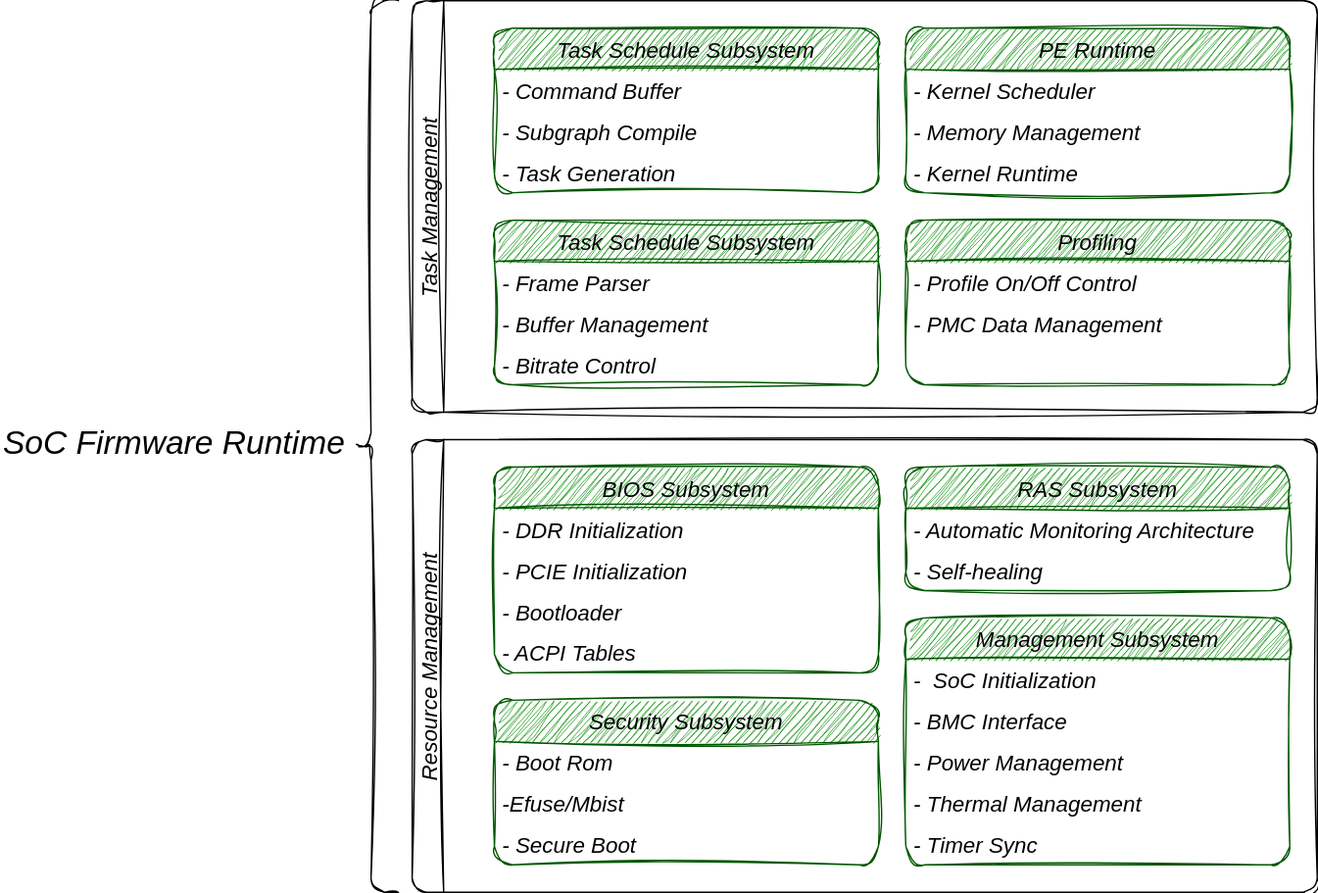
Earlier version of the draw.io export doc/com_soc_firmware.drawio.svg (matchdiy/memo). Source tidied: cells renumbered, new cells last; positions are measured from the earlier drawing's top-left corner, leaving out a move shared by most shapes. The source it was exported from:
```xml
<mxGraphModel>
  <root>
    <mxCell id="0" />
    <mxCell id="1" parent="0" />
    <mxCell id="2" value="Task Schedule Subsystem" style="swimlane;fontStyle=2;horizontal=1;startSize=30;sketch=1;curveFitting=1;jiggle=2;fillColor=#008a00;fontColor=default;strokeColor=#005700;rounded=1;fontSize=16;labelBackgroundColor=none;" parent="1" vertex="1">
      <mxGeometry x="360" y="20" width="280" height="120" as="geometry" />
    </mxCell>
    <mxCell id="3" value="- Command Buffer" style="text;strokeColor=none;fillColor=none;align=left;verticalAlign=middle;spacingLeft=4;spacingRight=4;overflow=hidden;fontStyle=2;fontColor=default;labelBackgroundColor=none;fontSize=16;sketch=1;curveFitting=1;jiggle=2;" parent="2" vertex="1">
      <mxGeometry y="30" width="280" height="30" as="geometry" />
    </mxCell>
    <mxCell id="4" value="- Subgraph Compile" style="text;strokeColor=none;fillColor=none;align=left;verticalAlign=middle;spacingLeft=4;spacingRight=4;overflow=hidden;fontStyle=2;fontColor=default;labelBackgroundColor=none;fontSize=16;sketch=1;curveFitting=1;jiggle=2;" parent="2" vertex="1">
      <mxGeometry y="60" width="280" height="30" as="geometry" />
    </mxCell>
    <mxCell id="5" value="- Task Generation" style="text;strokeColor=none;fillColor=none;align=left;verticalAlign=middle;spacingLeft=4;spacingRight=4;overflow=hidden;fontStyle=2;fontColor=default;labelBackgroundColor=none;fontSize=16;sketch=1;curveFitting=1;jiggle=2;" parent="2" vertex="1">
      <mxGeometry y="90" width="280" height="30" as="geometry" />
    </mxCell>
    <mxCell id="6" value="Task Schedule Subsystem" style="swimlane;fontStyle=2;horizontal=1;startSize=30;sketch=1;curveFitting=1;jiggle=2;fillColor=#008a00;fontColor=default;strokeColor=#005700;rounded=1;fontSize=16;labelBackgroundColor=none;" parent="1" vertex="1">
      <mxGeometry x="360" y="160" width="280" height="120" as="geometry" />
    </mxCell>
    <mxCell id="7" value="- Frame Parser" style="text;strokeColor=none;fillColor=none;align=left;verticalAlign=middle;spacingLeft=4;spacingRight=4;overflow=hidden;fontStyle=2;fontColor=default;labelBackgroundColor=none;fontSize=16;sketch=1;curveFitting=1;jiggle=2;" parent="6" vertex="1">
      <mxGeometry y="30" width="280" height="30" as="geometry" />
    </mxCell>
    <mxCell id="8" value="- Buffer Management" style="text;strokeColor=none;fillColor=none;align=left;verticalAlign=middle;spacingLeft=4;spacingRight=4;overflow=hidden;fontStyle=2;fontColor=default;labelBackgroundColor=none;fontSize=16;sketch=1;curveFitting=1;jiggle=2;" parent="6" vertex="1">
      <mxGeometry y="60" width="280" height="30" as="geometry" />
    </mxCell>
    <mxCell id="9" value="- Bitrate Control" style="text;strokeColor=none;fillColor=none;align=left;verticalAlign=middle;spacingLeft=4;spacingRight=4;overflow=hidden;fontStyle=2;fontColor=default;labelBackgroundColor=none;fontSize=16;sketch=1;curveFitting=1;jiggle=2;" parent="6" vertex="1">
      <mxGeometry y="90" width="280" height="30" as="geometry" />
    </mxCell>
    <mxCell id="10" value="PE Runtime" style="swimlane;fontStyle=2;horizontal=1;startSize=30;sketch=1;curveFitting=1;jiggle=2;fillColor=#008a00;fontColor=default;strokeColor=#005700;rounded=1;fontSize=16;labelBackgroundColor=none;" parent="1" vertex="1">
      <mxGeometry x="660" y="20" width="280" height="120" as="geometry" />
    </mxCell>
    <mxCell id="11" value="- Kernel Scheduler" style="text;strokeColor=none;fillColor=none;align=left;verticalAlign=middle;spacingLeft=4;spacingRight=4;overflow=hidden;fontStyle=2;fontColor=default;labelBackgroundColor=none;fontSize=16;sketch=1;curveFitting=1;jiggle=2;" parent="10" vertex="1">
      <mxGeometry y="30" width="280" height="30" as="geometry" />
    </mxCell>
    <mxCell id="12" value="- Memory Management" style="text;strokeColor=none;fillColor=none;align=left;verticalAlign=middle;spacingLeft=4;spacingRight=4;overflow=hidden;fontStyle=2;fontColor=default;labelBackgroundColor=none;fontSize=16;sketch=1;curveFitting=1;jiggle=2;" parent="10" vertex="1">
      <mxGeometry y="60" width="280" height="30" as="geometry" />
    </mxCell>
    <mxCell id="13" value="- Kernel Runtime" style="text;strokeColor=none;fillColor=none;align=left;verticalAlign=middle;spacingLeft=4;spacingRight=4;overflow=hidden;fontStyle=2;fontColor=default;labelBackgroundColor=none;fontSize=16;sketch=1;curveFitting=1;jiggle=2;" parent="10" vertex="1">
      <mxGeometry y="90" width="280" height="30" as="geometry" />
    </mxCell>
    <mxCell id="14" value="Profiling" style="swimlane;fontStyle=2;horizontal=1;startSize=30;sketch=1;curveFitting=1;jiggle=2;fillColor=#008a00;fontColor=default;strokeColor=#005700;rounded=1;fontSize=16;labelBackgroundColor=none;" parent="1" vertex="1">
      <mxGeometry x="660" y="160" width="280" height="120" as="geometry" />
    </mxCell>
    <mxCell id="15" value="- Profile On/Off Control" style="text;strokeColor=none;fillColor=none;align=left;verticalAlign=middle;spacingLeft=4;spacingRight=4;overflow=hidden;fontStyle=2;fontColor=default;labelBackgroundColor=none;fontSize=16;sketch=1;curveFitting=1;jiggle=2;" parent="14" vertex="1">
      <mxGeometry y="30" width="280" height="30" as="geometry" />
    </mxCell>
    <mxCell id="16" value="- PMC Data Management" style="text;strokeColor=none;fillColor=none;align=left;verticalAlign=middle;spacingLeft=4;spacingRight=4;overflow=hidden;fontStyle=2;fontColor=default;labelBackgroundColor=none;fontSize=16;sketch=1;curveFitting=1;jiggle=2;" parent="14" vertex="1">
      <mxGeometry y="60" width="280" height="30" as="geometry" />
    </mxCell>
    <mxCell id="17" value=" " style="text;strokeColor=none;fillColor=none;align=left;verticalAlign=middle;spacingLeft=4;spacingRight=4;overflow=hidden;fontStyle=2;fontColor=default;labelBackgroundColor=none;fontSize=16;sketch=1;curveFitting=1;jiggle=2;" parent="14" vertex="1">
      <mxGeometry y="90" width="280" height="30" as="geometry" />
    </mxCell>
    <mxCell id="18" value="Task Management" style="swimlane;horizontal=0;rounded=1;fontSize=16;sketch=1;curveFitting=1;jiggle=2;fontColor=default;labelBackgroundColor=none;fontStyle=2;" parent="1" vertex="1">
      <mxGeometry x="300" width="660" height="300" as="geometry" />
    </mxCell>
    <mxCell id="19" value="Resource Management" style="swimlane;horizontal=0;rounded=1;fontSize=16;sketch=1;curveFitting=1;jiggle=2;labelBackgroundColor=none;fontStyle=2;fontColor=default;" parent="1" vertex="1">
      <mxGeometry x="300" y="320" width="660" height="330" as="geometry" />
    </mxCell>
    <mxCell id="20" value="BIOS Subsystem" style="swimlane;fontStyle=2;horizontal=1;startSize=30;sketch=1;curveFitting=1;jiggle=2;fillColor=#008a00;fontColor=default;strokeColor=#005700;rounded=1;fontSize=16;labelBackgroundColor=none;" parent="19" vertex="1">
      <mxGeometry x="60" y="20" width="280" height="150" as="geometry" />
    </mxCell>
    <mxCell id="21" value="- DDR Initialization" style="text;strokeColor=none;fillColor=none;align=left;verticalAlign=middle;spacingLeft=4;spacingRight=4;overflow=hidden;fontStyle=2;fontColor=default;labelBackgroundColor=none;fontSize=16;sketch=1;curveFitting=1;jiggle=2;" parent="20" vertex="1">
      <mxGeometry y="30" width="280" height="30" as="geometry" />
    </mxCell>
    <mxCell id="22" value="- PCIE Initialization" style="text;strokeColor=none;fillColor=none;align=left;verticalAlign=middle;spacingLeft=4;spacingRight=4;overflow=hidden;fontStyle=2;fontColor=default;labelBackgroundColor=none;fontSize=16;sketch=1;curveFitting=1;jiggle=2;" parent="20" vertex="1">
      <mxGeometry y="60" width="280" height="30" as="geometry" />
    </mxCell>
    <mxCell id="23" value="- Bootloader" style="text;strokeColor=none;fillColor=none;align=left;verticalAlign=middle;spacingLeft=4;spacingRight=4;overflow=hidden;fontStyle=2;fontColor=default;labelBackgroundColor=none;fontSize=16;sketch=1;curveFitting=1;jiggle=2;" parent="20" vertex="1">
      <mxGeometry y="90" width="280" height="30" as="geometry" />
    </mxCell>
    <mxCell id="24" value="- ACPI Tables" style="text;strokeColor=none;fillColor=none;align=left;verticalAlign=middle;spacingLeft=4;spacingRight=4;overflow=hidden;fontStyle=2;fontColor=default;labelBackgroundColor=none;fontSize=16;sketch=1;curveFitting=1;jiggle=2;" parent="20" vertex="1">
      <mxGeometry y="120" width="280" height="30" as="geometry" />
    </mxCell>
    <mxCell id="25" value="RAS Subsystem" style="swimlane;fontStyle=2;horizontal=1;startSize=30;sketch=1;curveFitting=1;jiggle=2;fillColor=#008a00;fontColor=default;strokeColor=#005700;rounded=1;fontSize=16;labelBackgroundColor=none;" parent="19" vertex="1">
      <mxGeometry x="360" y="20" width="280" height="90" as="geometry" />
    </mxCell>
    <mxCell id="26" value="- Automatic Monitoring Architecture" style="text;strokeColor=none;fillColor=none;align=left;verticalAlign=middle;spacingLeft=4;spacingRight=4;overflow=hidden;fontStyle=2;fontColor=default;labelBackgroundColor=none;fontSize=16;sketch=1;curveFitting=1;jiggle=2;" parent="25" vertex="1">
      <mxGeometry y="30" width="280" height="30" as="geometry" />
    </mxCell>
    <mxCell id="27" value="- Self-healing" style="text;strokeColor=none;fillColor=none;align=left;verticalAlign=middle;spacingLeft=4;spacingRight=4;overflow=hidden;fontStyle=2;fontColor=default;labelBackgroundColor=none;fontSize=16;sketch=1;curveFitting=1;jiggle=2;" parent="25" vertex="1">
      <mxGeometry y="60" width="280" height="30" as="geometry" />
    </mxCell>
    <mxCell id="28" value="Security Subsystem" style="swimlane;fontStyle=2;horizontal=1;startSize=30;sketch=1;curveFitting=1;jiggle=2;fillColor=#008a00;fontColor=default;strokeColor=#005700;rounded=1;fontSize=16;labelBackgroundColor=none;" parent="19" vertex="1">
      <mxGeometry x="60" y="190" width="280" height="120" as="geometry" />
    </mxCell>
    <mxCell id="29" value="- Boot Rom" style="text;strokeColor=none;fillColor=none;align=left;verticalAlign=middle;spacingLeft=4;spacingRight=4;overflow=hidden;fontStyle=2;fontColor=default;labelBackgroundColor=none;fontSize=16;sketch=1;curveFitting=1;jiggle=2;" parent="28" vertex="1">
      <mxGeometry y="30" width="280" height="30" as="geometry" />
    </mxCell>
    <mxCell id="30" value="-Efuse/Mbist" style="text;strokeColor=none;fillColor=none;align=left;verticalAlign=middle;spacingLeft=4;spacingRight=4;overflow=hidden;fontStyle=2;fontColor=default;labelBackgroundColor=none;fontSize=16;sketch=1;curveFitting=1;jiggle=2;" parent="28" vertex="1">
      <mxGeometry y="60" width="280" height="30" as="geometry" />
    </mxCell>
    <mxCell id="31" value="- Secure Boot" style="text;strokeColor=none;fillColor=none;align=left;verticalAlign=middle;spacingLeft=4;spacingRight=4;overflow=hidden;fontStyle=2;fontColor=default;labelBackgroundColor=none;fontSize=16;sketch=1;curveFitting=1;jiggle=2;" parent="28" vertex="1">
      <mxGeometry y="90" width="280" height="30" as="geometry" />
    </mxCell>
    <mxCell id="32" value="Management Subsystem" style="swimlane;fontStyle=2;horizontal=1;startSize=30;sketch=1;curveFitting=1;jiggle=2;fillColor=#008a00;fontColor=default;strokeColor=#005700;rounded=1;fontSize=16;labelBackgroundColor=none;" parent="19" vertex="1">
      <mxGeometry x="360" y="130" width="280" height="180" as="geometry" />
    </mxCell>
    <mxCell id="33" value="-  SoC Initialization" style="text;strokeColor=none;fillColor=none;align=left;verticalAlign=middle;spacingLeft=4;spacingRight=4;overflow=hidden;fontStyle=2;fontColor=default;labelBackgroundColor=none;fontSize=16;sketch=1;curveFitting=1;jiggle=2;" parent="32" vertex="1">
      <mxGeometry y="30" width="280" height="30" as="geometry" />
    </mxCell>
    <mxCell id="34" value="- BMC Interface" style="text;strokeColor=none;fillColor=none;align=left;verticalAlign=middle;spacingLeft=4;spacingRight=4;overflow=hidden;fontStyle=2;fontColor=default;labelBackgroundColor=none;fontSize=16;sketch=1;curveFitting=1;jiggle=2;" parent="32" vertex="1">
      <mxGeometry y="60" width="280" height="30" as="geometry" />
    </mxCell>
    <mxCell id="35" value="- Power Management" style="text;strokeColor=none;fillColor=none;align=left;verticalAlign=middle;spacingLeft=4;spacingRight=4;overflow=hidden;fontStyle=2;fontColor=default;labelBackgroundColor=none;fontSize=16;sketch=1;curveFitting=1;jiggle=2;" parent="32" vertex="1">
      <mxGeometry y="90" width="280" height="30" as="geometry" />
    </mxCell>
    <mxCell id="36" value="- Thermal Management" style="text;strokeColor=none;fillColor=none;align=left;verticalAlign=middle;spacingLeft=4;spacingRight=4;overflow=hidden;fontStyle=2;fontColor=default;labelBackgroundColor=none;fontSize=16;sketch=1;curveFitting=1;jiggle=2;" parent="32" vertex="1">
      <mxGeometry y="120" width="280" height="30" as="geometry" />
    </mxCell>
    <mxCell id="37" value="- Timer Sync" style="text;strokeColor=none;fillColor=none;align=left;verticalAlign=middle;spacingLeft=4;spacingRight=4;overflow=hidden;fontStyle=2;fontColor=default;labelBackgroundColor=none;fontSize=16;sketch=1;curveFitting=1;jiggle=2;" parent="32" vertex="1">
      <mxGeometry y="150" width="280" height="30" as="geometry" />
    </mxCell>
    <mxCell id="38" style="shape=curlyBracket;whiteSpace=wrap;html=1;rounded=1;labelPosition=left;verticalLabelPosition=middle;align=right;verticalAlign=middle;fontSize=16;size=0.3333333333333333;fontColor=default;sketch=1;curveFitting=1;jiggle=2;" parent="1" vertex="1">
      <mxGeometry x="260" width="30" height="650" as="geometry" />
    </mxCell>
    <mxCell id="39" value="SoC Firmware Runtime" style="text;align=left;verticalAlign=middle;strokeColor=none;fillColor=none;sketch=1;curveFitting=1;jiggle=2;fontSize=24;fontStyle=2;labelBackgroundColor=none;fontColor=default;labelBorderColor=none;" parent="1" vertex="1">
      <mxGeometry y="300" width="270" height="40" as="geometry" />
    </mxCell>
  </root>
</mxGraphModel>
```
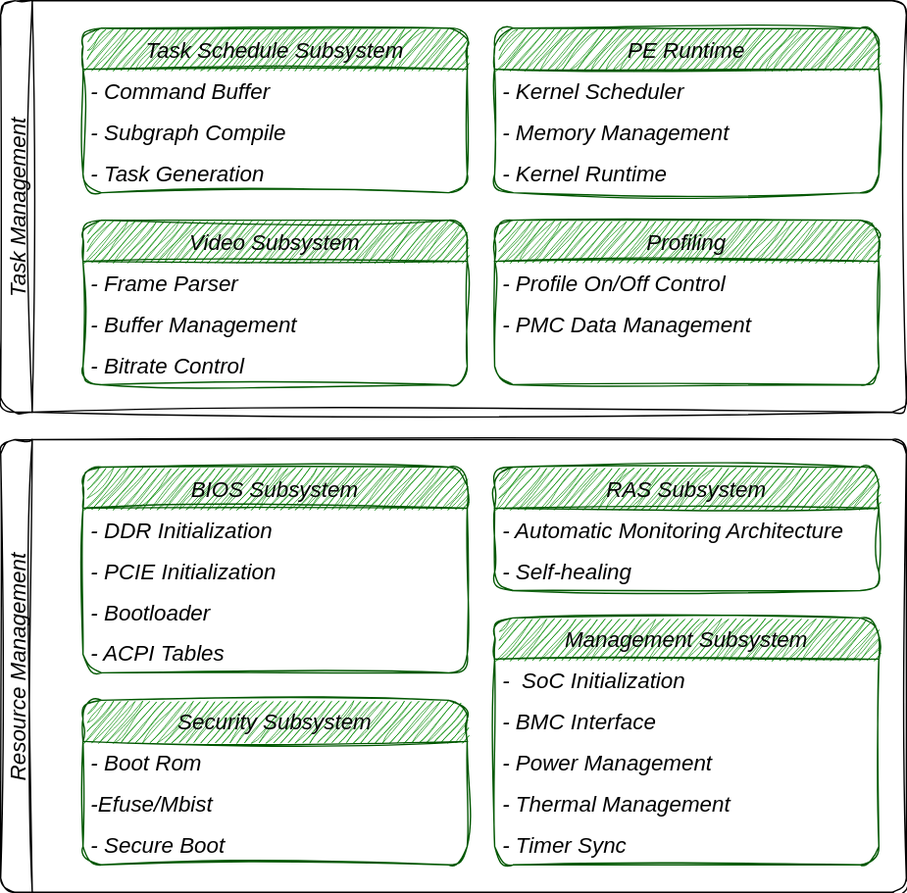
After the commit.

Diff of the diagram source:
```diff
@@ -14,7 +14,7 @@
     <mxCell id="5" value="- Task Generation" style="text;strokeColor=none;fillColor=none;align=left;verticalAlign=middle;spacingLeft=4;spacingRight=4;overflow=hidden;fontStyle=2;fontColor=default;labelBackgroundColor=none;fontSize=16;sketch=1;curveFitting=1;jiggle=2;" parent="2" vertex="1">
       <mxGeometry y="90" width="280" height="30" as="geometry" />
     </mxCell>
-    <mxCell id="6" value="Task Schedule Subsystem" style="swimlane;fontStyle=2;horizontal=1;startSize=30;sketch=1;curveFitting=1;jiggle=2;fillColor=#008a00;fontColor=default;strokeColor=#005700;rounded=1;fontSize=16;labelBackgroundColor=none;" parent="1" vertex="1">
+    <mxCell id="6" value="Video Subsystem" style="swimlane;fontStyle=2;horizontal=1;startSize=30;sketch=1;curveFitting=1;jiggle=2;fillColor=#008a00;fontColor=default;strokeColor=#005700;rounded=1;fontSize=16;labelBackgroundColor=none;" parent="1" vertex="1">
       <mxGeometry x="360" y="160" width="280" height="120" as="geometry" />
     </mxCell>
     <mxCell id="7" value="- Frame Parser" style="text;strokeColor=none;fillColor=none;align=left;verticalAlign=middle;spacingLeft=4;spacingRight=4;overflow=hidden;fontStyle=2;fontColor=default;labelBackgroundColor=none;fontSize=16;sketch=1;curveFitting=1;jiggle=2;" parent="6" vertex="1">
@@ -110,11 +110,5 @@
     <mxCell id="37" value="- Timer Sync" style="text;strokeColor=none;fillColor=none;align=left;verticalAlign=middle;spacingLeft=4;spacingRight=4;overflow=hidden;fontStyle=2;fontColor=default;labelBackgroundColor=none;fontSize=16;sketch=1;curveFitting=1;jiggle=2;" parent="32" vertex="1">
       <mxGeometry y="150" width="280" height="30" as="geometry" />
     </mxCell>
-    <mxCell id="38" style="shape=curlyBracket;whiteSpace=wrap;html=1;rounded=1;labelPosition=left;verticalLabelPosition=middle;align=right;verticalAlign=middle;fontSize=16;size=0.3333333333333333;fontColor=default;sketch=1;curveFitting=1;jiggle=2;" parent="1" vertex="1">
-      <mxGeometry x="260" width="30" height="650" as="geometry" />
-    </mxCell>
-    <mxCell id="39" value="SoC Firmware Runtime" style="text;align=left;verticalAlign=middle;strokeColor=none;fillColor=none;sketch=1;curveFitting=1;jiggle=2;fontSize=24;fontStyle=2;labelBackgroundColor=none;fontColor=default;labelBorderColor=none;" parent="1" vertex="1">
-      <mxGeometry y="300" width="270" height="40" as="geometry" />
-    </mxCell>
   </root>
 </mxGraphModel>
```
